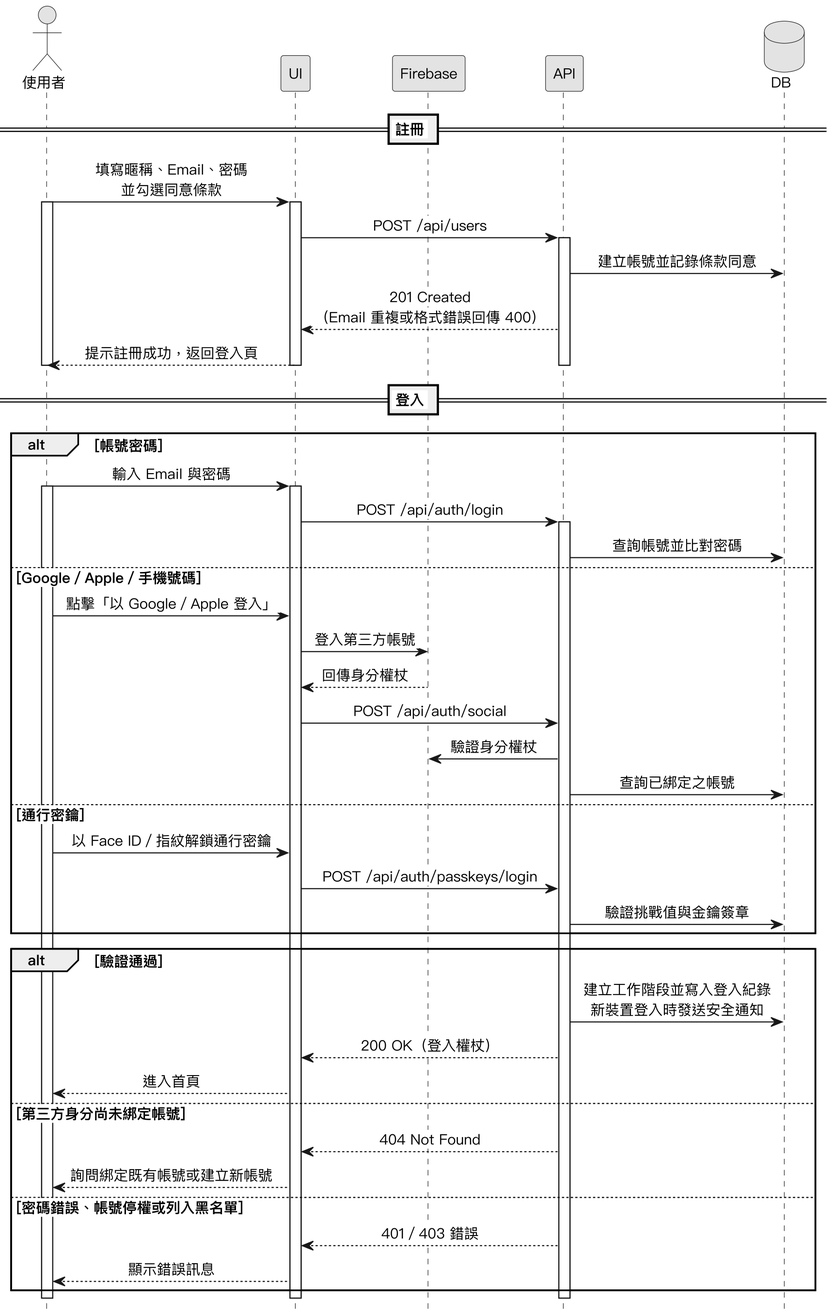
The PlantUML diagram Diagrams/Sequence Diagrams/v3/seq_auth.png in SaveMyBook/SaveMyBook, before a commit.
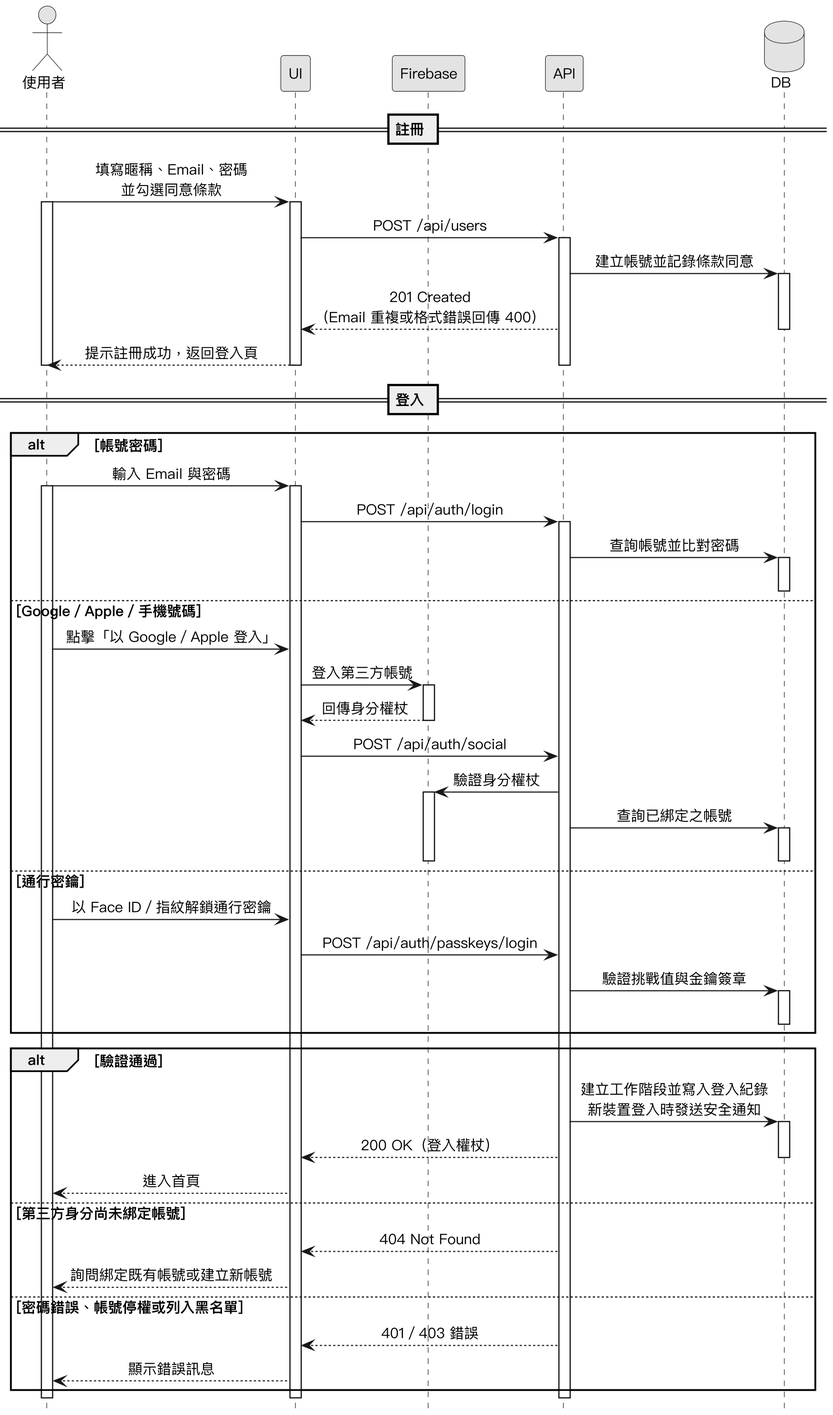
The same diagram one commit later.

Change to the diagram source:
```diff
@@ -21,7 +21,9 @@
 UI -> API : POST /api/users
 activate API
 API -> DB : 建立帳號並記錄條款同意
+activate DB
 API --> UI : 201 Created\n（Email 重複或格式錯誤回傳 400）
+deactivate DB
 UI --> 使用者 : 提示註冊成功，返回登入頁
 deactivate API
 deactivate UI
@@ -34,23 +36,32 @@
   activate UI
   UI -> API : POST /api/auth/login
   activate API
-  API -> DB : 查詢帳號並比對密碼
+  API -> DB ++ : 查詢帳號並比對密碼
+  deactivate DB
 else Google／Apple／手機號碼
   使用者 -> UI : 點擊「以 Google／Apple 登入」
   UI -> Firebase : 登入第三方帳號
+  activate Firebase
   Firebase --> UI : 回傳身分權杖
+  deactivate Firebase
   UI -> API : POST /api/auth/social
   API -> Firebase : 驗證身分權杖
-  API -> DB : 查詢已綁定之帳號
+  activate Firebase
+  API -> DB ++ : 查詢已綁定之帳號
+  deactivate Firebase
+  deactivate DB
 else 通行密鑰
   使用者 -> UI : 以 Face ID／指紋解鎖通行密鑰
   UI -> API : POST /api/auth/passkeys/login
-  API -> DB : 驗證挑戰值與金鑰簽章
+  API -> DB ++ : 驗證挑戰值與金鑰簽章
+  deactivate DB
 end
 
 alt 驗證通過
   API -> DB : 建立工作階段並寫入登入紀錄\n新裝置登入時發送安全通知
+  activate DB
   API --> UI : 200 OK（登入權杖）
+  deactivate DB
   UI --> 使用者 : 進入首頁
 else 第三方身分尚未綁定帳號
   API --> UI : 404 Not Found
```
